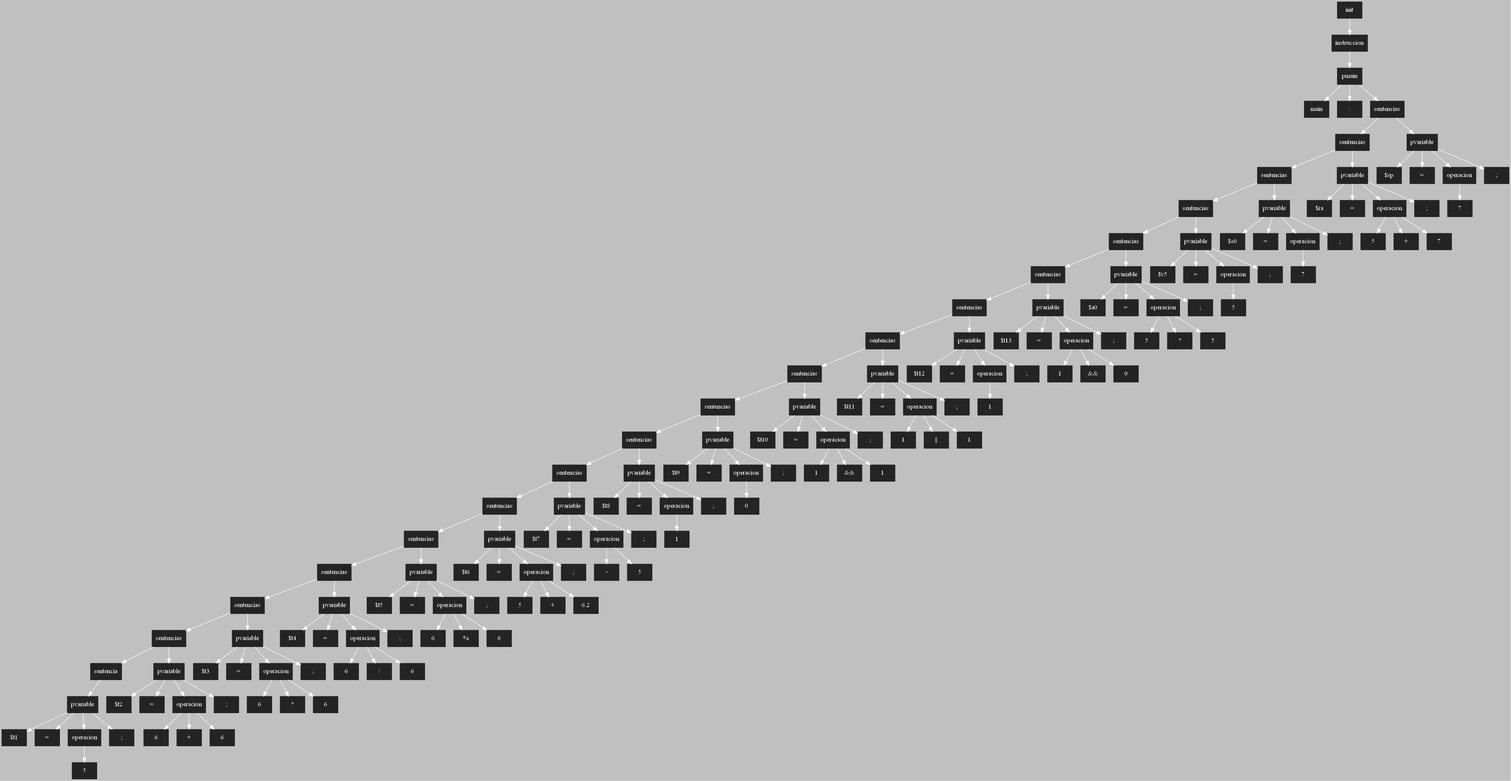
This is ASPAscendente.png from AndreeAvalos/OLC2-AUGUS, a Graphviz export, as it was before one commit. Its source is kept beside it as ASPAscendente.dot.
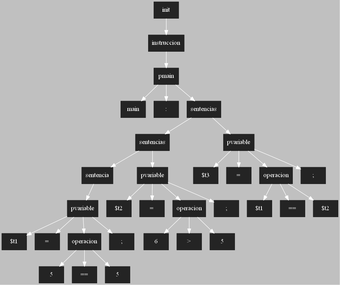
The same file after the commit.

Diff of the diagram source:
```diff
@@ -3,308 +3,68 @@
  [shape=box, style=filled, color=gray14]
  rankdir=UD
  edge[color=white, dir=fordware]
-754[style = "filled" ; label = "init"]
-753[style = "filled" ; label = "instruccion"]
-750[style = "filled" ; label = "pmain"]
-751[style = "filled" ; label = "main"]
-752[style = "filled" ; label = ":"]
-749[style = "filled" ; label = "sentencias"]
-742[style = "filled" ; label = "sentencias"]
-733[style = "filled" ; label = "sentencias"]
-726[style = "filled" ; label = "sentencias"]
-719[style = "filled" ; label = "sentencias"]
-710[style = "filled" ; label = "sentencias"]
-701[style = "filled" ; label = "sentencias"]
-694[style = "filled" ; label = "sentencias"]
-685[style = "filled" ; label = "sentencias"]
-676[style = "filled" ; label = "sentencias"]
-669[style = "filled" ; label = "sentencias"]
-662[style = "filled" ; label = "sentencias"]
-654[style = "filled" ; label = "sentencias"]
-645[style = "filled" ; label = "sentencias"]
-636[style = "filled" ; label = "sentencias"]
-627[style = "filled" ; label = "sentencias"]
-618[style = "filled" ; label = "sentencias"]
-609[style = "filled" ; label = "sentencia"]
-605[style = "filled" ; label = "pvariable"]
-606[style = "filled" ; label = "$t1"]
-607[style = "filled" ; label = "="]
-604[style = "filled" ; label = "operacion"]
-603[style = "filled" ; label = "5"]
-608[style = "filled" ; label = ";"]
-614[style = "filled" ; label = "pvariable"]
-615[style = "filled" ; label = "$t2"]
-616[style = "filled" ; label = "="]
-612[style = "filled" ; label = "operacion"]
-610[style = "filled" ; label = "6"]
-613[style = "filled" ; label = "+"]
-611[style = "filled" ; label = "6"]
-617[style = "filled" ; label = ";"]
-623[style = "filled" ; label = "pvariable"]
-624[style = "filled" ; label = "$t3"]
-625[style = "filled" ; label = "="]
-621[style = "filled" ; label = "operacion"]
-619[style = "filled" ; label = "6"]
-622[style = "filled" ; label = "*"]
-620[style = "filled" ; label = "6"]
-626[style = "filled" ; label = ";"]
-632[style = "filled" ; label = "pvariable"]
-633[style = "filled" ; label = "$t4"]
-634[style = "filled" ; label = "="]
-630[style = "filled" ; label = "operacion"]
-628[style = "filled" ; label = "6"]
-631[style = "filled" ; label = "/"]
-629[style = "filled" ; label = "6"]
-635[style = "filled" ; label = ";"]
-641[style = "filled" ; label = "pvariable"]
-642[style = "filled" ; label = "$t5"]
-643[style = "filled" ; label = "="]
-639[style = "filled" ; label = "operacion"]
-637[style = "filled" ; label = "6"]
-640[style = "filled" ; label = "%"]
-638[style = "filled" ; label = "6"]
-644[style = "filled" ; label = ";"]
-650[style = "filled" ; label = "pvariable"]
-651[style = "filled" ; label = "$t6"]
-652[style = "filled" ; label = "="]
-648[style = "filled" ; label = "operacion"]
-646[style = "filled" ; label = "5"]
-649[style = "filled" ; label = "+"]
-647[style = "filled" ; label = "6.2"]
-653[style = "filled" ; label = ";"]
-658[style = "filled" ; label = "pvariable"]
-659[style = "filled" ; label = "$t7"]
-660[style = "filled" ; label = "="]
-656[style = "filled" ; label = "operacion"]
-657[style = "filled" ; label = "-"]
-655[style = "filled" ; label = "5"]
-661[style = "filled" ; label = ";"]
-665[style = "filled" ; label = "pvariable"]
-666[style = "filled" ; label = "$t8"]
-667[style = "filled" ; label = "="]
-664[style = "filled" ; label = "operacion"]
-663[style = "filled" ; label = "1"]
-668[style = "filled" ; label = ";"]
-672[style = "filled" ; label = "pvariable"]
-673[style = "filled" ; label = "$t9"]
-674[style = "filled" ; label = "="]
-671[style = "filled" ; label = "operacion"]
-670[style = "filled" ; label = "0"]
-675[style = "filled" ; label = ";"]
-681[style = "filled" ; label = "pvariable"]
-682[style = "filled" ; label = "$t10"]
-683[style = "filled" ; label = "="]
-679[style = "filled" ; label = "operacion"]
-677[style = "filled" ; label = "1"]
-680[style = "filled" ; label = "&&"]
-678[style = "filled" ; label = "1"]
-684[style = "filled" ; label = ";"]
-690[style = "filled" ; label = "pvariable"]
-691[style = "filled" ; label = "$t11"]
-692[style = "filled" ; label = "="]
-688[style = "filled" ; label = "operacion"]
-686[style = "filled" ; label = "1"]
-689[style = "filled" ; label = "||"]
-687[style = "filled" ; label = "1"]
-693[style = "filled" ; label = ";"]
-697[style = "filled" ; label = "pvariable"]
-698[style = "filled" ; label = "$t12"]
-699[style = "filled" ; label = "="]
-696[style = "filled" ; label = "operacion"]
-695[style = "filled" ; label = "1"]
-700[style = "filled" ; label = ";"]
-706[style = "filled" ; label = "pvariable"]
-707[style = "filled" ; label = "$t13"]
-708[style = "filled" ; label = "="]
-704[style = "filled" ; label = "operacion"]
-702[style = "filled" ; label = "1"]
-705[style = "filled" ; label = "&&"]
-703[style = "filled" ; label = "0"]
-709[style = "filled" ; label = ";"]
-715[style = "filled" ; label = "pvariable"]
-716[style = "filled" ; label = "$a0"]
-717[style = "filled" ; label = "="]
-713[style = "filled" ; label = "operacion"]
-711[style = "filled" ; label = "5"]
-714[style = "filled" ; label = "*"]
-712[style = "filled" ; label = "5"]
-718[style = "filled" ; label = ";"]
-722[style = "filled" ; label = "pvariable"]
-723[style = "filled" ; label = "$v5"]
-724[style = "filled" ; label = "="]
-721[style = "filled" ; label = "operacion"]
-720[style = "filled" ; label = "5"]
-725[style = "filled" ; label = ";"]
-729[style = "filled" ; label = "pvariable"]
-730[style = "filled" ; label = "$s0"]
-731[style = "filled" ; label = "="]
-728[style = "filled" ; label = "operacion"]
-727[style = "filled" ; label = "7"]
-732[style = "filled" ; label = ";"]
-738[style = "filled" ; label = "pvariable"]
-739[style = "filled" ; label = "$ra"]
-740[style = "filled" ; label = "="]
-736[style = "filled" ; label = "operacion"]
-734[style = "filled" ; label = "5"]
-737[style = "filled" ; label = "+"]
-735[style = "filled" ; label = "7"]
-741[style = "filled" ; label = ";"]
-745[style = "filled" ; label = "pvariable"]
-746[style = "filled" ; label = "$sp"]
-747[style = "filled" ; label = "="]
-744[style = "filled" ; label = "operacion"]
-743[style = "filled" ; label = "7"]
-748[style = "filled" ; label = ";"]
-754->753;
-753->750;
-750->751;
-750->752;
-750->749;
-749->742;
-742->733;
-733->726;
-726->719;
-719->710;
-710->701;
-701->694;
-694->685;
-685->676;
-676->669;
-669->662;
-662->654;
-654->645;
-645->636;
-636->627;
-627->618;
-618->609;
-609->605;
-605->606;
-605->607;
-605->604;
-604->603;
-605->608;
-618->614;
-614->615;
-614->616;
-614->612;
-612->610;
-612->613;
-612->611;
-614->617;
-627->623;
-623->624;
-623->625;
-623->621;
-621->619;
-621->622;
-621->620;
-623->626;
-636->632;
-632->633;
-632->634;
-632->630;
-630->628;
-630->631;
-630->629;
-632->635;
-645->641;
-641->642;
-641->643;
-641->639;
-639->637;
-639->640;
-639->638;
-641->644;
-654->650;
-650->651;
-650->652;
-650->648;
-648->646;
-648->649;
-648->647;
-650->653;
-662->658;
-658->659;
-658->660;
-658->656;
-656->657;
-656->655;
-658->661;
-669->665;
-665->666;
-665->667;
-665->664;
-664->663;
-665->668;
-676->672;
-672->673;
-672->674;
-672->671;
-671->670;
-672->675;
-685->681;
-681->682;
-681->683;
-681->679;
-679->677;
-679->680;
-679->678;
-681->684;
-694->690;
-690->691;
-690->692;
-690->688;
-688->686;
-688->689;
-688->687;
-690->693;
-701->697;
-697->698;
-697->699;
-697->696;
-696->695;
-697->700;
-710->706;
-706->707;
-706->708;
-706->704;
-704->702;
-704->705;
-704->703;
-706->709;
-719->715;
-715->716;
-715->717;
-715->713;
-713->711;
-713->714;
-713->712;
-715->718;
-726->722;
-722->723;
-722->724;
-722->721;
-721->720;
-722->725;
-733->729;
-729->730;
-729->731;
-729->728;
-728->727;
-729->732;
-742->738;
-738->739;
-738->740;
-738->736;
-736->734;
-736->737;
-736->735;
-738->741;
-749->745;
-745->746;
-745->747;
-745->744;
-744->743;
-745->748;
+32[style = "filled" ; label = "init"]
+31[style = "filled" ; label = "instruccion"]
+28[style = "filled" ; label = "pmain"]
+29[style = "filled" ; label = "main"]
+30[style = "filled" ; label = ":"]
+27[style = "filled" ; label = "sentencias"]
+18[style = "filled" ; label = "sentencias"]
+9[style = "filled" ; label = "sentencia"]
+5[style = "filled" ; label = "pvariable"]
+6[style = "filled" ; label = "$t1"]
+7[style = "filled" ; label = "="]
+3[style = "filled" ; label = "operacion"]
+1[style = "filled" ; label = "5"]
+4[style = "filled" ; label = "=="]
+2[style = "filled" ; label = "5"]
+8[style = "filled" ; label = ";"]
+14[style = "filled" ; label = "pvariable"]
+15[style = "filled" ; label = "$t2"]
+16[style = "filled" ; label = "="]
+12[style = "filled" ; label = "operacion"]
+10[style = "filled" ; label = "6"]
+13[style = "filled" ; label = ">"]
+11[style = "filled" ; label = "5"]
+17[style = "filled" ; label = ";"]
+23[style = "filled" ; label = "pvariable"]
+24[style = "filled" ; label = "$t3"]
+25[style = "filled" ; label = "="]
+21[style = "filled" ; label = "operacion"]
+19[style = "filled" ; label = "$t1"]
+22[style = "filled" ; label = "=="]
+20[style = "filled" ; label = "$t2"]
+26[style = "filled" ; label = ";"]
+32->31;
+31->28;
+28->29;
+28->30;
+28->27;
+27->18;
+18->9;
+9->5;
+5->6;
+5->7;
+5->3;
+3->1;
+3->4;
+3->2;
+5->8;
+18->14;
+14->15;
+14->16;
+14->12;
+12->10;
+12->13;
+12->11;
+14->17;
+27->23;
+23->24;
+23->25;
+23->21;
+21->19;
+21->22;
+21->20;
+23->26;
 
 }
```
